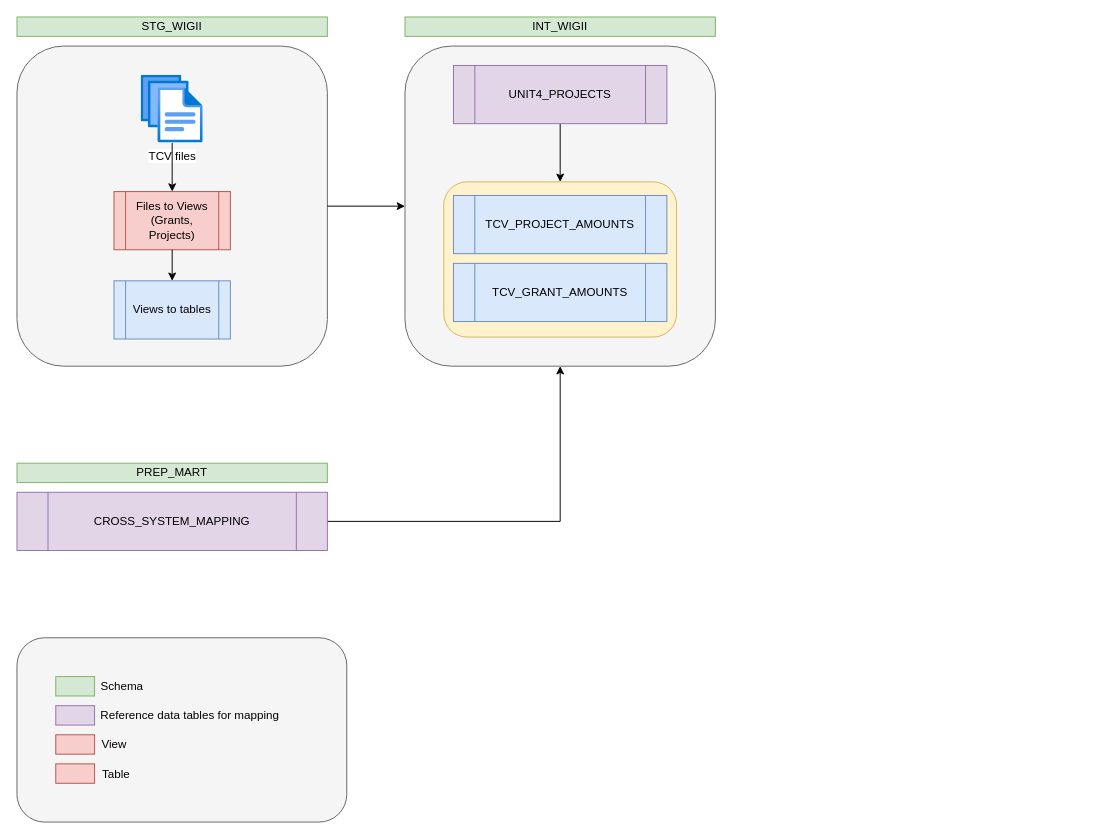
This is Wigii TCVs data flow.drawio from Medair/drawio, a draw.io file, before an edit. Source tidied: cells renumbered, new cells numbered last; positions are measured from the earlier drawing's top-left corner, leaving out a move shared by most shapes. Both pictures are drawn from the tidied source at 97%, with x=0, y=0 at pixel (16, 16).
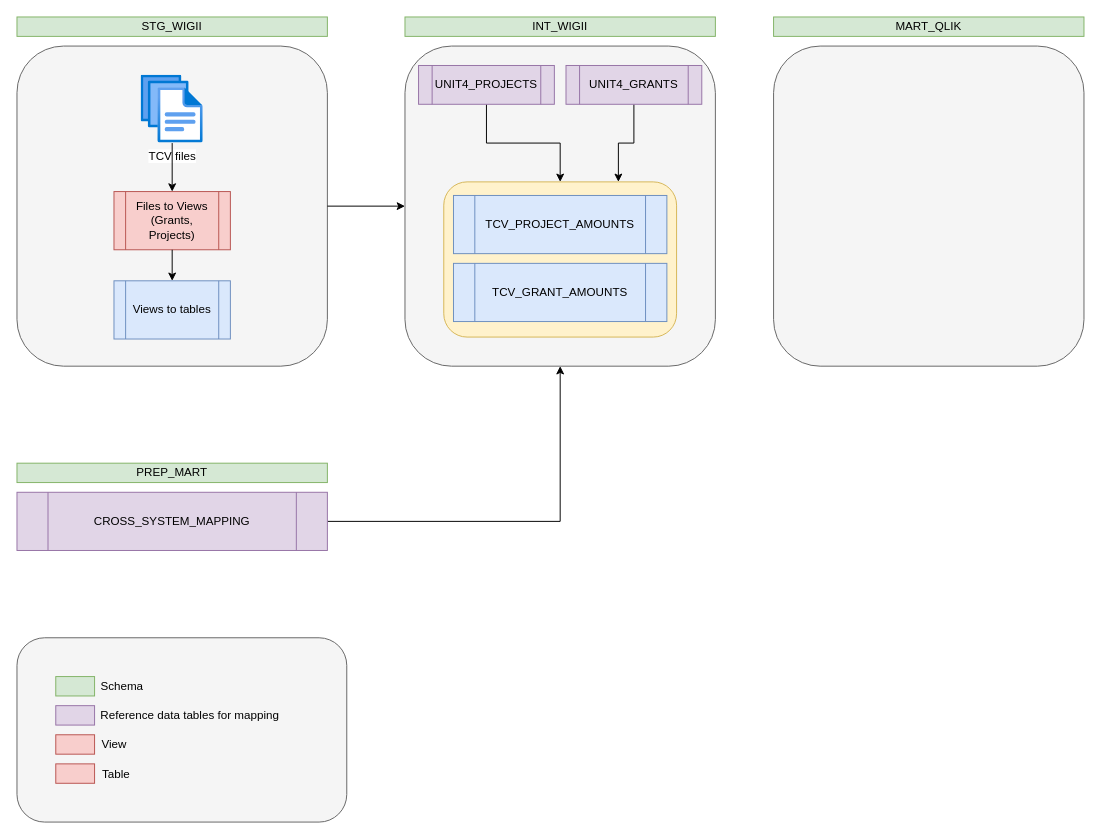
The same page after the edit.

The change refers to these unchanged cells:
```xml
<mxCell id="3" style="rounded=1;whiteSpace=wrap;html=1;fontSize=12;fillColor=#fff2cc;strokeColor=#d6b656;" parent="1" vertex="1">
  <mxGeometry x="440" y="170" width="240" height="160" as="geometry" />
</mxCell>
```

Change to the diagram source:
```diff
@@
     <mxCell id="20" value="UNIT4_PROJECTS" style="shape=process;whiteSpace=wrap;html=1;backgroundOutline=1;fillColor=#e1d5e7;strokeColor=#9673a6;" parent="1" vertex="1">
-      <mxGeometry x="450" y="50" width="220" height="60" as="geometry" />
+      <mxGeometry x="414" y="50" width="140" height="40" as="geometry" />
     </mxCell>
@@
+    <mxCell id="31" style="edgeStyle=orthogonalEdgeStyle;rounded=0;jettySize=auto;html=1;entryX=0.75;entryY=0;entryDx=0;entryDy=0;" parent="1" edge="1" source="32" target="3">
+      <mxGeometry relative="1" as="geometry" />
+    </mxCell>
+    <mxCell id="32" value="UNIT4_GRANTS" style="shape=process;whiteSpace=wrap;html=1;backgroundOutline=1;fillColor=#e1d5e7;strokeColor=#9673a6;" parent="1" vertex="1">
+      <mxGeometry x="566" y="50" width="140" height="40" as="geometry" />
+    </mxCell>
+    <mxCell id="33" style="rounded=1;whiteSpace=wrap;html=1;fillColor=#f5f5f5;fontColor=#333333;strokeColor=#666666;fontSize=11;" parent="1" vertex="1">
+      <mxGeometry x="780" y="30" width="320" height="330" as="geometry" />
+    </mxCell>
+    <mxCell id="34" value="MART_QLIK" style="rounded=0;whiteSpace=wrap;html=1;fillColor=#d5e8d4;strokeColor=#82b366;" parent="1" vertex="1">
+      <mxGeometry x="780" width="320" height="20" as="geometry" />
+    </mxCell>
```
